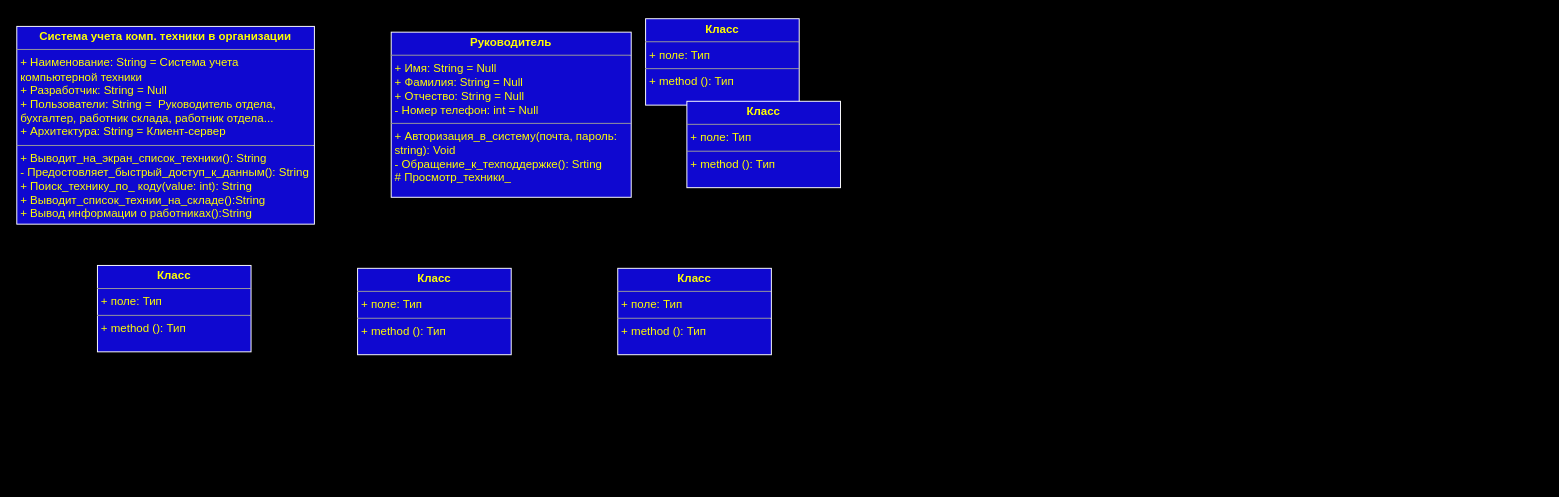
Above: Lab7.drawio in Simonenko75/Simonenko75 (draw.io), before the change. Source tidied: cells renumbered, new cells numbered last; positions are measured from the earlier drawing's top-left corner, leaving out a move shared by most shapes. Both pictures are drawn from the tidied source at 96%, with x=0, y=0 at pixel (16, 18).
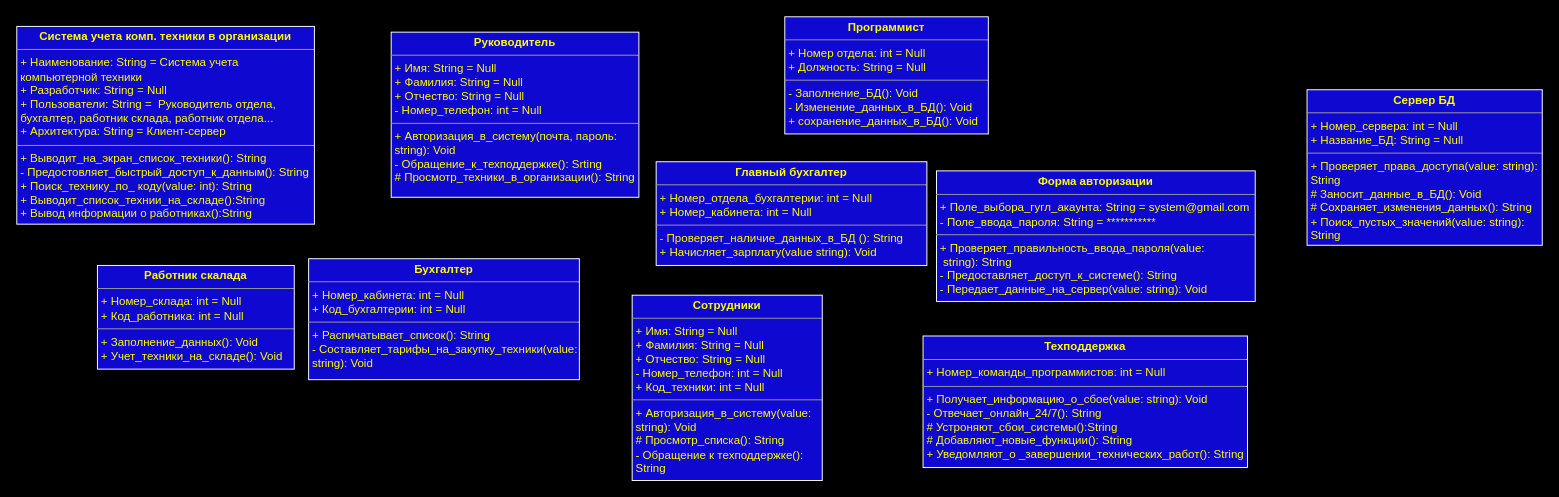
The same page after the edit.

The edit, as a diff of the source:
```diff
@@
 <mxGraphModel background="#000000">
   <root>
     <mxCell id="0" />
     <mxCell id="1" parent="0" />
     <mxCell id="2" value="&lt;p style=&quot;margin: 0px ; margin-top: 4px ; text-align: center&quot;&gt;&lt;b&gt;Система учета комп. техники в организации&lt;/b&gt;&lt;/p&gt;&lt;hr size=&quot;1&quot;&gt;&lt;p style=&quot;margin: 0px ; margin-left: 4px&quot;&gt;+ Наименование: String = Система учета&amp;nbsp;&lt;/p&gt;&lt;p style=&quot;margin: 0px ; margin-left: 4px&quot;&gt;компьютерной техники&lt;/p&gt;&lt;p style=&quot;margin: 0px ; margin-left: 4px&quot;&gt;+ Разработчик: String = Null&lt;br&gt;&lt;/p&gt;&lt;p style=&quot;margin: 0px ; margin-left: 4px&quot;&gt;+ Пользователи: String =&amp;nbsp; Руководитель отдела,&amp;nbsp;&lt;/p&gt;&lt;p style=&quot;margin: 0px ; margin-left: 4px&quot;&gt;бухгалтер, работник склада, работник отдела...&lt;/p&gt;&lt;p style=&quot;margin: 0px ; margin-left: 4px&quot;&gt;+ Архитектура: String = Клиент-сервер&lt;/p&gt;&lt;hr size=&quot;1&quot;&gt;&lt;p style=&quot;margin: 0px ; margin-left: 4px&quot;&gt;+ Выводит_на_экран_список_техники(): String&lt;/p&gt;&lt;p style=&quot;margin: 0px ; margin-left: 4px&quot;&gt;- Предостовляет_быстрый_доступ_к_данным(): String&lt;/p&gt;&lt;p style=&quot;margin: 0px ; margin-left: 4px&quot;&gt;+ Поиск_технику_по_ коду(value: int): String&lt;/p&gt;&lt;p style=&quot;margin: 0px ; margin-left: 4px&quot;&gt;+ Выводит_список_технии_на_складе():String&lt;/p&gt;&lt;p style=&quot;margin: 0px ; margin-left: 4px&quot;&gt;+ Вывод информации о работниках():String&lt;/p&gt;" style="verticalAlign=top;align=left;overflow=fill;fontSize=12;fontFamily=Helvetica;html=1;shadow=0;fillColor=#0F08D0;fontColor=#FFFF00;strokeColor=#FFFFFF;" parent="1" vertex="1">
       <mxGeometry y="8" width="310" height="206" as="geometry" />
     </mxCell>
-    <mxCell id="3" value="&lt;p style=&quot;margin: 0px ; margin-top: 4px ; text-align: center&quot;&gt;&lt;b&gt;Руководитель&lt;/b&gt;&lt;/p&gt;&lt;hr size=&quot;1&quot;&gt;&lt;p style=&quot;margin: 0px ; margin-left: 4px&quot;&gt;+ Имя: String = Null&lt;/p&gt;&lt;p style=&quot;margin: 0px ; margin-left: 4px&quot;&gt;+ Фамилия: String = Null&lt;/p&gt;&lt;p style=&quot;margin: 0px ; margin-left: 4px&quot;&gt;+ Отчество: String = Null&lt;/p&gt;&lt;p style=&quot;margin: 0px ; margin-left: 4px&quot;&gt;- Номер телефон: int = Null&lt;/p&gt;&lt;hr size=&quot;1&quot;&gt;&lt;p style=&quot;margin: 0px ; margin-left: 4px&quot;&gt;+ Авторизация_в_систему(почта, пароль:&amp;nbsp;&lt;/p&gt;&lt;p style=&quot;margin: 0px ; margin-left: 4px&quot;&gt;string): Void&lt;/p&gt;&lt;p style=&quot;margin: 0px ; margin-left: 4px&quot;&gt;- Обращение_к_техподдержке(): Srting&lt;/p&gt;&lt;p style=&quot;margin: 0px ; margin-left: 4px&quot;&gt;# Просмотр_техники_&lt;/p&gt;" style="verticalAlign=top;align=left;overflow=fill;fontSize=12;fontFamily=Helvetica;html=1;shadow=0;fillColor=#0F08D0;fontColor=#FFFF00;strokeColor=#FFFFFF;" parent="1" vertex="1">
-      <mxGeometry x="390" y="14" width="250" height="172" as="geometry" />
+    <mxCell id="3" value="&lt;p style=&quot;margin: 0px ; margin-top: 4px ; text-align: center&quot;&gt;&lt;b&gt;Руководитель&lt;/b&gt;&lt;/p&gt;&lt;hr size=&quot;1&quot;&gt;&lt;p style=&quot;margin: 0px ; margin-left: 4px&quot;&gt;+ Имя: String = Null&lt;/p&gt;&lt;p style=&quot;margin: 0px ; margin-left: 4px&quot;&gt;+ Фамилия: String = Null&lt;/p&gt;&lt;p style=&quot;margin: 0px ; margin-left: 4px&quot;&gt;+ Отчество: String = Null&lt;/p&gt;&lt;p style=&quot;margin: 0px ; margin-left: 4px&quot;&gt;- Номер_телефон: int = Null&lt;/p&gt;&lt;hr size=&quot;1&quot;&gt;&lt;p style=&quot;margin: 0px ; margin-left: 4px&quot;&gt;+ Авторизация_в_систему(почта, пароль:&amp;nbsp;&lt;/p&gt;&lt;p style=&quot;margin: 0px ; margin-left: 4px&quot;&gt;string): Void&lt;/p&gt;&lt;p style=&quot;margin: 0px ; margin-left: 4px&quot;&gt;- Обращение_к_техподдержке(): Srting&lt;/p&gt;&lt;p style=&quot;margin: 0px ; margin-left: 4px&quot;&gt;# Просмотр_техники_в_организации(): String&lt;/p&gt;" style="verticalAlign=top;align=left;overflow=fill;fontSize=12;fontFamily=Helvetica;html=1;shadow=0;fillColor=#0F08D0;fontColor=#FFFF00;strokeColor=#FFFFFF;" parent="1" vertex="1">
+      <mxGeometry x="390" y="14" width="258" height="172" as="geometry" />
     </mxCell>
-    <mxCell id="4" value="&lt;p style=&quot;margin: 0px ; margin-top: 4px ; text-align: center&quot;&gt;&lt;b&gt;Класс&lt;/b&gt;&lt;/p&gt;&lt;hr size=&quot;1&quot;&gt;&lt;p style=&quot;margin: 0px ; margin-left: 4px&quot;&gt;+ поле: Тип&lt;/p&gt;&lt;hr size=&quot;1&quot;&gt;&lt;p style=&quot;margin: 0px ; margin-left: 4px&quot;&gt;+ method (): Тип&lt;/p&gt;" style="verticalAlign=top;align=left;overflow=fill;fontSize=12;fontFamily=Helvetica;html=1;shadow=0;fillColor=#0F08D0;fontColor=#FFFF00;strokeColor=#FFFFFF;" parent="1" vertex="1">
-      <mxGeometry x="655" width="160" height="90" as="geometry" />
+    <mxCell id="4" value="&lt;p style=&quot;margin: 0px ; margin-top: 4px ; text-align: center&quot;&gt;&lt;b&gt;Сотрудники&lt;/b&gt;&lt;/p&gt;&lt;hr size=&quot;1&quot;&gt;&lt;p style=&quot;margin: 0px 0px 0px 4px&quot;&gt;+ Имя: String = Null&lt;/p&gt;&lt;p style=&quot;margin: 0px 0px 0px 4px&quot;&gt;+ Фамилия: String = Null&lt;/p&gt;&lt;p style=&quot;margin: 0px 0px 0px 4px&quot;&gt;+ Отчество: String = Null&lt;/p&gt;&lt;p style=&quot;margin: 0px 0px 0px 4px&quot;&gt;- Номер_телефон: int = Null&lt;/p&gt;&lt;p style=&quot;margin: 0px 0px 0px 4px&quot;&gt;+ Код_техники: int = Null&lt;/p&gt;&lt;hr size=&quot;1&quot;&gt;&lt;p style=&quot;margin: 0px ; margin-left: 4px&quot;&gt;+ Авторизация_в_систему(value:&amp;nbsp;&lt;/p&gt;&lt;p style=&quot;margin: 0px ; margin-left: 4px&quot;&gt;string): Void&lt;/p&gt;&lt;p style=&quot;margin: 0px ; margin-left: 4px&quot;&gt;# Просмотр_списка(): String&lt;/p&gt;&lt;p style=&quot;margin: 0px ; margin-left: 4px&quot;&gt;- Обращение к техподдержке():&amp;nbsp;&lt;/p&gt;&lt;p style=&quot;margin: 0px ; margin-left: 4px&quot;&gt;String&lt;/p&gt;" style="verticalAlign=top;align=left;overflow=fill;fontSize=12;fontFamily=Helvetica;html=1;shadow=0;fillColor=#0F08D0;fontColor=#FFFF00;strokeColor=#FFFFFF;" parent="1" vertex="1">
+      <mxGeometry x="641" y="288" width="198" height="193" as="geometry" />
     </mxCell>
-    <mxCell id="5" value="&lt;p style=&quot;margin: 0px ; margin-top: 4px ; text-align: center&quot;&gt;&lt;b&gt;Класс&lt;/b&gt;&lt;/p&gt;&lt;hr size=&quot;1&quot;&gt;&lt;p style=&quot;margin: 0px ; margin-left: 4px&quot;&gt;+ поле: Тип&lt;/p&gt;&lt;hr size=&quot;1&quot;&gt;&lt;p style=&quot;margin: 0px ; margin-left: 4px&quot;&gt;+ method (): Тип&lt;/p&gt;" style="verticalAlign=top;align=left;overflow=fill;fontSize=12;fontFamily=Helvetica;html=1;shadow=0;fillColor=#0F08D0;fontColor=#FFFF00;strokeColor=#FFFFFF;" parent="1" vertex="1">
-      <mxGeometry x="698" y="86" width="160" height="90" as="geometry" />
+    <mxCell id="5" value="&lt;p style=&quot;margin: 0px ; margin-top: 4px ; text-align: center&quot;&gt;&lt;b&gt;Программист&lt;/b&gt;&lt;/p&gt;&lt;hr size=&quot;1&quot;&gt;&lt;p style=&quot;margin: 0px ; margin-left: 4px&quot;&gt;+ Номер отдела: int = Null&lt;/p&gt;&lt;p style=&quot;margin: 0px ; margin-left: 4px&quot;&gt;+ Должность: String = Null&lt;/p&gt;&lt;hr size=&quot;1&quot;&gt;&lt;p style=&quot;margin: 0px ; margin-left: 4px&quot;&gt;- Заполнение_БД(): Void&lt;/p&gt;&lt;p style=&quot;margin: 0px ; margin-left: 4px&quot;&gt;- Изменение_данных_в_БД(): Void&lt;/p&gt;&lt;p style=&quot;margin: 0px ; margin-left: 4px&quot;&gt;+ сохранение_данных_в_БД(): Void&lt;/p&gt;" style="verticalAlign=top;align=left;overflow=fill;fontSize=12;fontFamily=Helvetica;html=1;shadow=0;fillColor=#0F08D0;fontColor=#FFFF00;strokeColor=#FFFFFF;" parent="1" vertex="1">
+      <mxGeometry x="800" y="-2" width="212" height="122" as="geometry" />
     </mxCell>
-    <mxCell id="6" value="&lt;p style=&quot;margin: 0px ; margin-top: 4px ; text-align: center&quot;&gt;&lt;b&gt;Класс&lt;/b&gt;&lt;/p&gt;&lt;hr size=&quot;1&quot;&gt;&lt;p style=&quot;margin: 0px ; margin-left: 4px&quot;&gt;+ поле: Тип&lt;/p&gt;&lt;hr size=&quot;1&quot;&gt;&lt;p style=&quot;margin: 0px ; margin-left: 4px&quot;&gt;+ method (): Тип&lt;/p&gt;" style="verticalAlign=top;align=left;overflow=fill;fontSize=12;fontFamily=Helvetica;html=1;shadow=0;fillColor=#0F08D0;fontColor=#FFFF00;strokeColor=#FFFFFF;" parent="1" vertex="1">
-      <mxGeometry x="626" y="260" width="160" height="90" as="geometry" />
+    <mxCell id="6" value="&lt;p style=&quot;margin: 0px ; margin-top: 4px ; text-align: center&quot;&gt;&lt;b&gt;Главный бухгалтер&lt;/b&gt;&lt;/p&gt;&lt;hr size=&quot;1&quot;&gt;&lt;p style=&quot;margin: 0px ; margin-left: 4px&quot;&gt;+ Номер_отдела_бухгалтерии: int = Null&lt;/p&gt;&lt;p style=&quot;margin: 0px ; margin-left: 4px&quot;&gt;+ Номер_кабинета: int = Null&lt;/p&gt;&lt;hr size=&quot;1&quot;&gt;&lt;p style=&quot;margin: 0px ; margin-left: 4px&quot;&gt;- Проверяет_наличие_данных_в_БД (): String&lt;/p&gt;&lt;p style=&quot;margin: 0px ; margin-left: 4px&quot;&gt;+ Начисляет_зарплату(value string): Void&lt;/p&gt;" style="verticalAlign=top;align=left;overflow=fill;fontSize=12;fontFamily=Helvetica;html=1;shadow=0;fillColor=#0F08D0;fontColor=#FFFF00;strokeColor=#FFFFFF;" parent="1" vertex="1">
+      <mxGeometry x="666" y="149" width="282" height="108" as="geometry" />
     </mxCell>
-    <mxCell id="7" value="&lt;p style=&quot;margin: 0px ; margin-top: 4px ; text-align: center&quot;&gt;&lt;b&gt;Класс&lt;/b&gt;&lt;/p&gt;&lt;hr size=&quot;1&quot;&gt;&lt;p style=&quot;margin: 0px ; margin-left: 4px&quot;&gt;+ поле: Тип&lt;/p&gt;&lt;hr size=&quot;1&quot;&gt;&lt;p style=&quot;margin: 0px ; margin-left: 4px&quot;&gt;+ method (): Тип&lt;/p&gt;" style="verticalAlign=top;align=left;overflow=fill;fontSize=12;fontFamily=Helvetica;html=1;shadow=0;fillColor=#0F08D0;fontColor=#FFFF00;strokeColor=#FFFFFF;" parent="1" vertex="1">
-      <mxGeometry x="355" y="260" width="160" height="90" as="geometry" />
+    <mxCell id="7" value="&lt;p style=&quot;margin: 0px ; margin-top: 4px ; text-align: center&quot;&gt;&lt;b&gt;Бухгалтер&lt;/b&gt;&lt;/p&gt;&lt;hr size=&quot;1&quot;&gt;&lt;p style=&quot;margin: 0px ; margin-left: 4px&quot;&gt;+ Номер_кабинета: int = Null&lt;/p&gt;&lt;p style=&quot;margin: 0px ; margin-left: 4px&quot;&gt;+ Код_бухгалтерии: int = Null&lt;/p&gt;&lt;hr size=&quot;1&quot;&gt;&lt;p style=&quot;margin: 0px ; margin-left: 4px&quot;&gt;+ Распичатывает_список(): String&lt;/p&gt;&lt;p style=&quot;margin: 0px ; margin-left: 4px&quot;&gt;- Составляет_тарифы_на_закупку_&lt;span&gt;техники(value:&lt;/span&gt;&lt;/p&gt;&lt;p style=&quot;margin: 0px ; margin-left: 4px&quot;&gt;&lt;span&gt;string): Void&lt;/span&gt;&lt;/p&gt;" style="verticalAlign=top;align=left;overflow=fill;fontSize=12;fontFamily=Helvetica;html=1;shadow=0;fillColor=#0F08D0;fontColor=#FFFF00;strokeColor=#FFFFFF;" parent="1" vertex="1">
+      <mxGeometry x="304" y="250" width="282" height="126" as="geometry" />
     </mxCell>
-    <mxCell id="8" value="&lt;p style=&quot;margin: 0px ; margin-top: 4px ; text-align: center&quot;&gt;&lt;b&gt;Класс&lt;/b&gt;&lt;/p&gt;&lt;hr size=&quot;1&quot;&gt;&lt;p style=&quot;margin: 0px ; margin-left: 4px&quot;&gt;+ поле: Тип&lt;/p&gt;&lt;hr size=&quot;1&quot;&gt;&lt;p style=&quot;margin: 0px ; margin-left: 4px&quot;&gt;+ method (): Тип&lt;/p&gt;" style="verticalAlign=top;align=left;overflow=fill;fontSize=12;fontFamily=Helvetica;html=1;shadow=0;fillColor=#0F08D0;fontColor=#FFFF00;strokeColor=#FFFFFF;" parent="1" vertex="1">
-      <mxGeometry x="84" y="257" width="160" height="90" as="geometry" />
+    <mxCell id="8" value="&lt;p style=&quot;margin: 0px ; margin-top: 4px ; text-align: center&quot;&gt;&lt;b&gt;Работник скалада&lt;/b&gt;&lt;/p&gt;&lt;hr size=&quot;1&quot;&gt;&lt;p style=&quot;margin: 0px ; margin-left: 4px&quot;&gt;+ Номер_склада: int = Null&lt;/p&gt;&lt;p style=&quot;margin: 0px ; margin-left: 4px&quot;&gt;+ Код_работника: int = Null&lt;/p&gt;&lt;hr size=&quot;1&quot;&gt;&lt;p style=&quot;margin: 0px ; margin-left: 4px&quot;&gt;+ Заполнение_данных(): Void&lt;/p&gt;&lt;p style=&quot;margin: 0px ; margin-left: 4px&quot;&gt;+ Учет_техники_на_складе(): Void&lt;/p&gt;" style="verticalAlign=top;align=left;overflow=fill;fontSize=12;fontFamily=Helvetica;html=1;shadow=0;fillColor=#0F08D0;fontColor=#FFFF00;strokeColor=#FFFFFF;" parent="1" vertex="1">
+      <mxGeometry x="84" y="257" width="205" height="108" as="geometry" />
     </mxCell>
+    <mxCell id="9" value="&lt;p style=&quot;margin: 0px ; margin-top: 4px ; text-align: center&quot;&gt;&lt;b&gt;Сервер БД&lt;/b&gt;&lt;/p&gt;&lt;hr size=&quot;1&quot;&gt;&lt;p style=&quot;margin: 0px ; margin-left: 4px&quot;&gt;+ Номер_сервера: int = Null&lt;/p&gt;&lt;p style=&quot;margin: 0px ; margin-left: 4px&quot;&gt;+ Название_БД: String = Null&lt;/p&gt;&lt;hr size=&quot;1&quot;&gt;&lt;p style=&quot;margin: 0px ; margin-left: 4px&quot;&gt;+ Проверяет_права_доступа(value: string):&lt;/p&gt;&lt;p style=&quot;margin: 0px ; margin-left: 4px&quot;&gt;String&lt;/p&gt;&lt;p style=&quot;margin: 0px ; margin-left: 4px&quot;&gt;# Заносит_данные_в_БД(): Void&lt;/p&gt;&lt;p style=&quot;margin: 0px ; margin-left: 4px&quot;&gt;# Сохраняет_изменения_данных(): String&lt;/p&gt;&lt;p style=&quot;margin: 0px ; margin-left: 4px&quot;&gt;+ Поиск_пустых_значений(value: string):&lt;/p&gt;&lt;p style=&quot;margin: 0px ; margin-left: 4px&quot;&gt;String&lt;/p&gt;" style="verticalAlign=top;align=left;overflow=fill;fontSize=12;fontFamily=Helvetica;html=1;shadow=0;fillColor=#0F08D0;fontColor=#FFFF00;strokeColor=#FFFFFF;" parent="1" vertex="1">
+      <mxGeometry x="1344" y="74" width="245" height="162" as="geometry" />
+    </mxCell>
+    <mxCell id="10" value="&lt;p style=&quot;margin: 0px ; margin-top: 4px ; text-align: center&quot;&gt;&lt;b&gt;Техподдержка&lt;/b&gt;&lt;/p&gt;&lt;hr size=&quot;1&quot;&gt;&lt;p style=&quot;margin: 0px ; margin-left: 4px&quot;&gt;+ Номер_команды_программистов: int = Null&lt;/p&gt;&lt;hr size=&quot;1&quot;&gt;&lt;p style=&quot;margin: 0px ; margin-left: 4px&quot;&gt;+ Получает_информацию_о_сбое(value: string): Void&lt;br&gt;- Отвечает_онлайн_24/7(): String&lt;/p&gt;&lt;p style=&quot;margin: 0px ; margin-left: 4px&quot;&gt;# Устроняют_сбои_системы():String&lt;/p&gt;&lt;p style=&quot;margin: 0px ; margin-left: 4px&quot;&gt;# Добавляют_новые_функции(): String&lt;/p&gt;&lt;p style=&quot;margin: 0px ; margin-left: 4px&quot;&gt;+ Уведомляют_о _завершении_технических_работ(): String&lt;/p&gt;" style="verticalAlign=top;align=left;overflow=fill;fontSize=12;fontFamily=Helvetica;html=1;shadow=0;fillColor=#0F08D0;fontColor=#FFFF00;strokeColor=#FFFFFF;" parent="1" vertex="1">
+      <mxGeometry x="944" y="330.5" width="338" height="137" as="geometry" />
+    </mxCell>
+    <mxCell id="11" value="&lt;p style=&quot;margin: 0px ; margin-top: 4px ; text-align: center&quot;&gt;&lt;b&gt;Форма авторизации&lt;/b&gt;&lt;/p&gt;&lt;hr size=&quot;1&quot;&gt;&lt;p style=&quot;margin: 0px ; margin-left: 4px&quot;&gt;+ Поле_выбора_гугл_акаунта: String = system@gmail.com&lt;/p&gt;&lt;p style=&quot;margin: 0px ; margin-left: 4px&quot;&gt;- Поле_ввода_пароля: String = ***********&lt;/p&gt;&lt;hr size=&quot;1&quot;&gt;&lt;p style=&quot;margin: 0px ; margin-left: 4px&quot;&gt;+ Проверяет_правильность_ввода_пароля(value:&lt;/p&gt;&lt;p style=&quot;margin: 0px ; margin-left: 4px&quot;&gt;&amp;nbsp;string): String&lt;/p&gt;&lt;p style=&quot;margin: 0px ; margin-left: 4px&quot;&gt;- Предоставляет_доступ_к_системе(): String&lt;/p&gt;&lt;p style=&quot;margin: 0px ; margin-left: 4px&quot;&gt;- Передает_данные_на_сервер(value: string): Void&lt;/p&gt;" style="verticalAlign=top;align=left;overflow=fill;fontSize=12;fontFamily=Helvetica;html=1;shadow=0;fillColor=#0F08D0;fontColor=#FFFF00;strokeColor=#FFFFFF;" parent="1" vertex="1">
+      <mxGeometry x="958" y="158.5" width="332" height="136" as="geometry" />
+    </mxCell>
   </root>
 </mxGraphModel>
```
